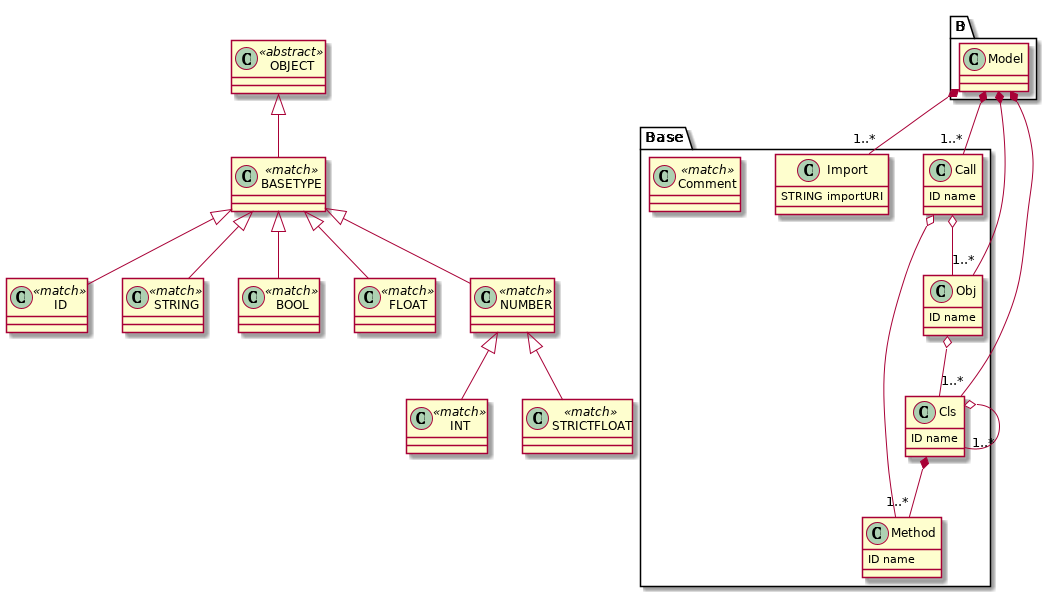
The PlantUML diagram examples/render_all_grammars/pu/tests_functional_test_scoping_metamodel_provider3_B.png in textX/textX, before a commit. Source of this version:
```plantuml
@startuml
            set namespaceSeparator .
        B.Model *-- "1..*" Base.Import
B.Model *-- "1..*" Base.Cls
B.Model *-- "1..*" Base.Obj
B.Model *-- "1..*" Base.Call
class B.Model  {
}


class ID <<match>> {
}


class STRING <<match>> {
}


class BOOL <<match>> {
}


class INT <<match>> {
}


class FLOAT <<match>> {
}


class STRICTFLOAT <<match>> {
}


class NUMBER <<match>> {
}

NUMBER <|-- STRICTFLOAT
NUMBER <|-- INT

class BASETYPE <<match>> {
}

BASETYPE <|-- NUMBER
BASETYPE <|-- FLOAT
BASETYPE <|-- BOOL
BASETYPE <|-- ID
BASETYPE <|-- STRING

class OBJECT <<abstract>> {
}

OBJECT <|-- BASETYPE

Base.Cls o-- "1..*" Base.Cls
Base.Cls *-- "1..*" Base.Method
class Base.Cls  {
ID name
}


class Base.Method  {
ID name
}


Base.Obj o-- Base.Cls
class Base.Obj  {
ID name
}


Base.Call o-- Base.Obj
Base.Call o-- Base.Method
class Base.Call  {
ID name
}


class Base.Import  {
STRING importURI
}


class Base.Comment <<match>> {
}


@enduml
```
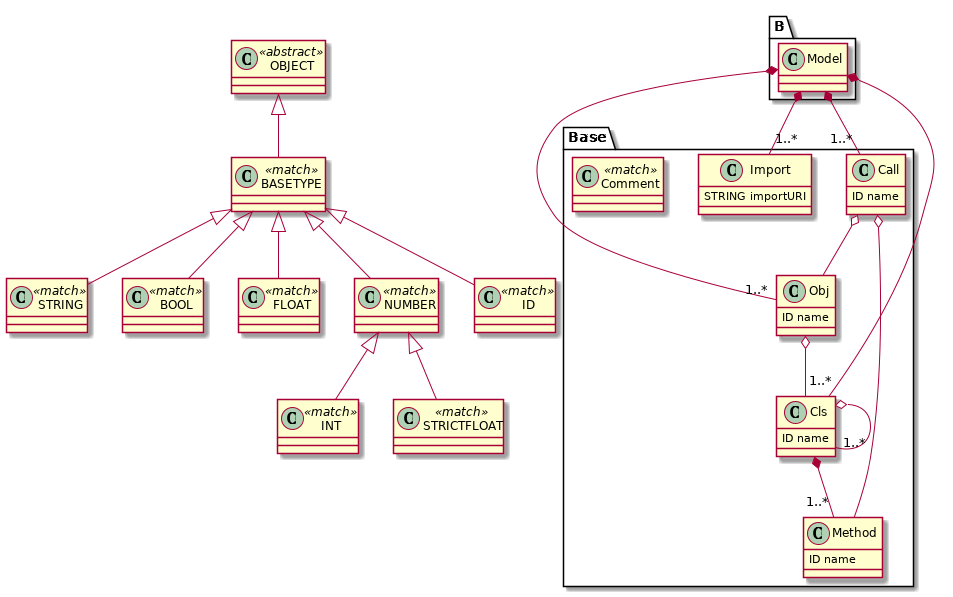
After the change.

The edit, as a diff of the source:
```diff
@@ -1,9 +1,7 @@
 @startuml
-            set namespaceSeparator .
-        B.Model *-- "1..*" Base.Import
-B.Model *-- "1..*" Base.Cls
-B.Model *-- "1..*" Base.Obj
-B.Model *-- "1..*" Base.Call
+set namespaceSeparator .
+
+
 class B.Model  {
 }
 
@@ -35,50 +33,37 @@
 class NUMBER <<match>> {
 }
 
-NUMBER <|-- STRICTFLOAT
-NUMBER <|-- INT
 
 class BASETYPE <<match>> {
 }
 
-BASETYPE <|-- NUMBER
-BASETYPE <|-- FLOAT
-BASETYPE <|-- BOOL
-BASETYPE <|-- ID
-BASETYPE <|-- STRING
 
 class OBJECT <<abstract>> {
 }
 
-OBJECT <|-- BASETYPE
 
-Base.Cls o-- "1..*" Base.Cls
-Base.Cls *-- "1..*" Base.Method
 class Base.Cls  {
-ID name
+  ID name
 }
 
 
 class Base.Method  {
-ID name
+  ID name
 }
 
 
-Base.Obj o-- Base.Cls
 class Base.Obj  {
-ID name
+  ID name
 }
 
 
-Base.Call o-- Base.Obj
-Base.Call o-- Base.Method
 class Base.Call  {
-ID name
+  ID name
 }
 
 
 class Base.Import  {
-STRING importURI
+  STRING importURI
 }
 
 
@@ -86,4 +71,21 @@
 }
 
 
+B.Model *-- "1..*" Base.Import
+B.Model *-- "1..*" Base.Cls
+B.Model *-- "1..*" Base.Obj
+B.Model *-- "1..*" Base.Call
+NUMBER <|-- STRICTFLOAT
+NUMBER <|-- INT
+BASETYPE <|-- NUMBER
+BASETYPE <|-- FLOAT
+BASETYPE <|-- BOOL
+BASETYPE <|-- ID
+BASETYPE <|-- STRING
+OBJECT <|-- BASETYPE
+Base.Cls o-- "1..*" Base.Cls
+Base.Cls *-- "1..*" Base.Method
+Base.Obj o-- Base.Cls
+Base.Call o-- Base.Obj
+Base.Call o-- Base.Method
 @enduml
```
